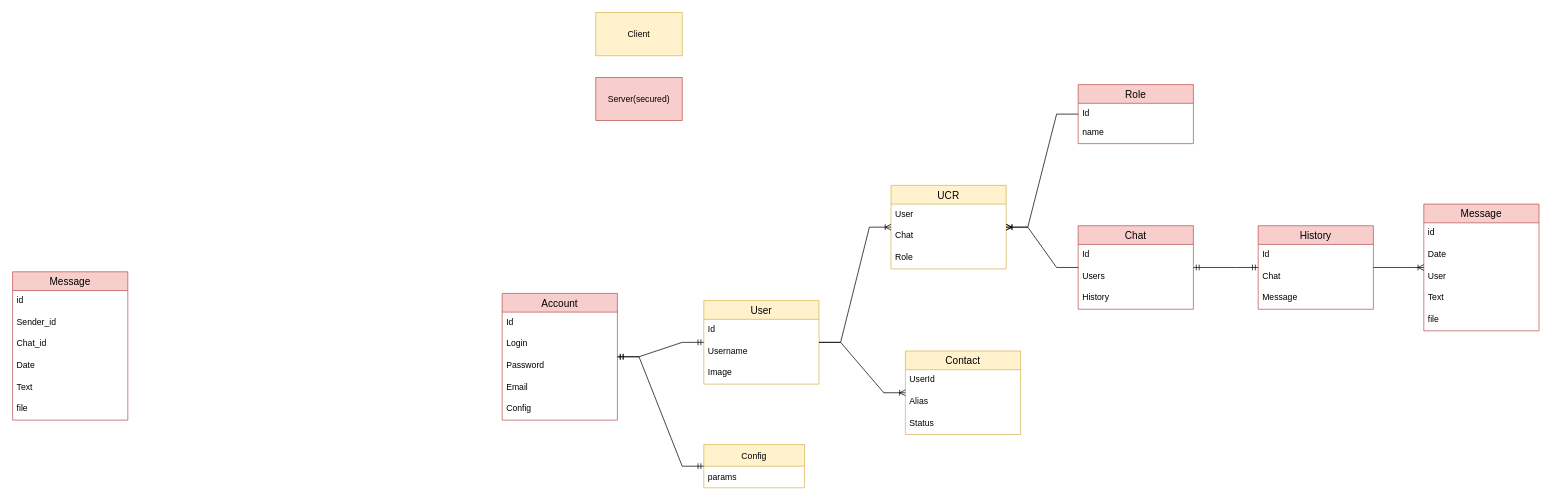
The draw.io diagram page "DB" (1 of 6) of Resources/DB.drawio in Plasmat1x/CourseProjectCS2, before the edit. Source tidied: cells renumbered, new cells numbered last; positions are measured from the earlier drawing's top-left corner, leaving out a move shared by most shapes. Both pictures are drawn from the tidied source at 72%, with x=0, y=0 at pixel (12, 12).
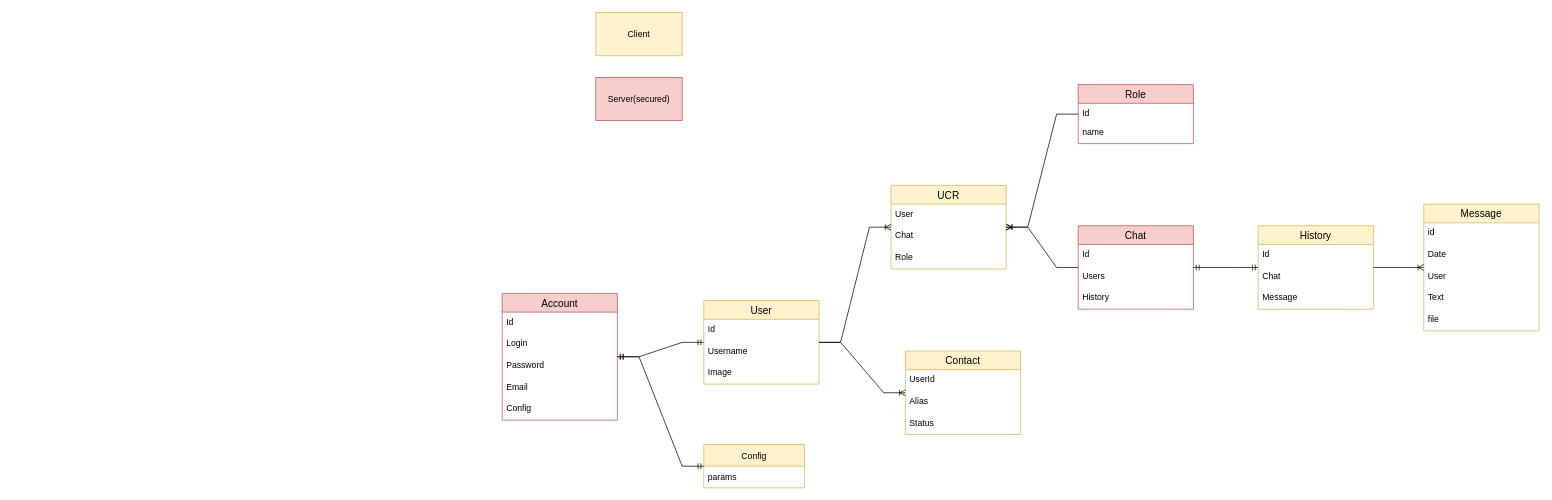
After the change.

Diff of the diagram source:
```diff
@@
-    <mxCell id="17" value="History" style="swimlane;fontStyle=0;horizontal=1;startSize=26;align=center;fontSize=14;fillColor=#f8cecc;strokeColor=#b85450;" parent="1" vertex="1">
+    <mxCell id="17" value="History" style="swimlane;fontStyle=0;horizontal=1;startSize=26;align=center;fontSize=14;fillColor=#fff2cc;strokeColor=#d6b656;" parent="1" vertex="1">
       <mxGeometry x="1730" y="296" width="160" height="116" as="geometry" />
     </mxCell>
@@
-    <mxCell id="21" value="Message" style="swimlane;fontStyle=0;horizontal=1;startSize=26;align=center;fontSize=14;fillColor=#f8cecc;strokeColor=#b85450;" parent="1" vertex="1">
+    <mxCell id="21" value="Message" style="swimlane;fontStyle=0;horizontal=1;startSize=26;align=center;fontSize=14;fillColor=#fff2cc;strokeColor=#d6b656;" parent="1" vertex="1">
       <mxGeometry x="1960" y="266" width="160" height="176" as="geometry" />
     </mxCell>
@@
-    <mxCell id="46" value="Message" style="swimlane;fontStyle=0;horizontal=1;startSize=26;align=center;fontSize=14;fillColor=#f8cecc;strokeColor=#b85450;" parent="1" vertex="1">
-      <mxGeometry y="360" width="160" height="206" as="geometry" />
-    </mxCell>
-    <mxCell id="47" value="id" style="text;strokeColor=none;fillColor=none;spacingLeft=4;spacingRight=4;overflow=hidden;fontSize=12;" parent="46" vertex="1">
-      <mxGeometry y="26" width="160" height="30" as="geometry" />
-    </mxCell>
-    <mxCell id="48" value="Sender_id" style="text;strokeColor=none;fillColor=none;spacingLeft=4;spacingRight=4;overflow=hidden;fontSize=12;" parent="46" vertex="1">
-      <mxGeometry y="56" width="160" height="30" as="geometry" />
-    </mxCell>
-    <mxCell id="49" value="Chat_id" style="text;strokeColor=none;fillColor=none;spacingLeft=4;spacingRight=4;overflow=hidden;fontSize=12;" parent="46" vertex="1">
-      <mxGeometry y="86" width="160" height="30" as="geometry" />
-    </mxCell>
-    <mxCell id="50" value="Date" style="text;strokeColor=none;fillColor=none;spacingLeft=4;spacingRight=4;overflow=hidden;fontSize=12;" parent="46" vertex="1">
-      <mxGeometry y="116" width="160" height="30" as="geometry" />
-    </mxCell>
-    <mxCell id="51" value="Text" style="text;strokeColor=none;fillColor=none;spacingLeft=4;spacingRight=4;overflow=hidden;fontSize=12;" parent="46" vertex="1">
-      <mxGeometry y="146" width="160" height="30" as="geometry" />
-    </mxCell>
-    <mxCell id="52" value="file" style="text;strokeColor=none;fillColor=none;spacingLeft=4;spacingRight=4;overflow=hidden;fontSize=12;" parent="46" vertex="1">
-      <mxGeometry y="176" width="160" height="30" as="geometry" />
-    </mxCell>
```
